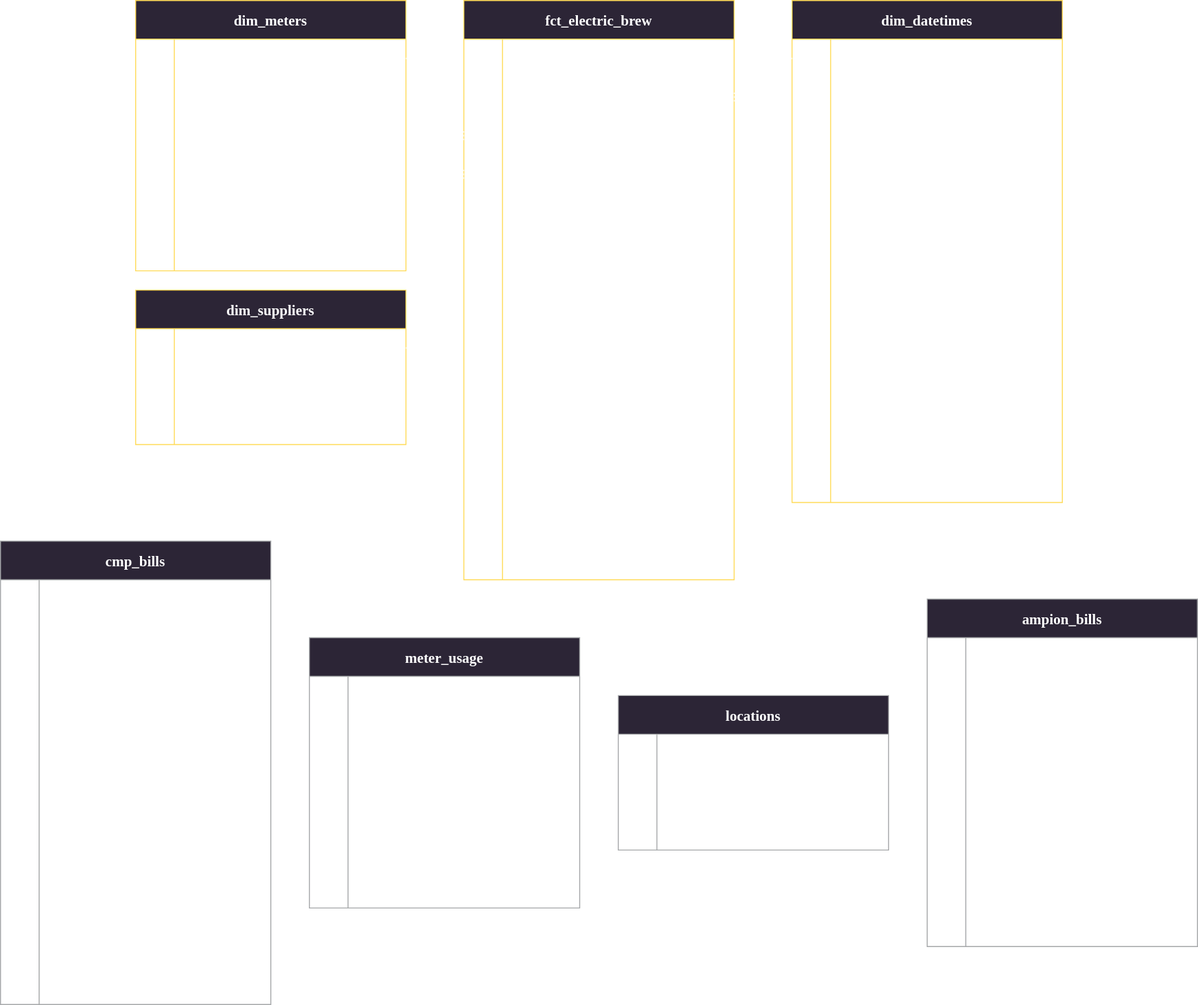
Earlier version of the draw.io export fig/lineage/erd.drawio.svg (jparkington/Electric-Brew). Source tidied: cells renumbered, new cells last; positions are measured from the earlier drawing's top-left corner, leaving out a move shared by most shapes.
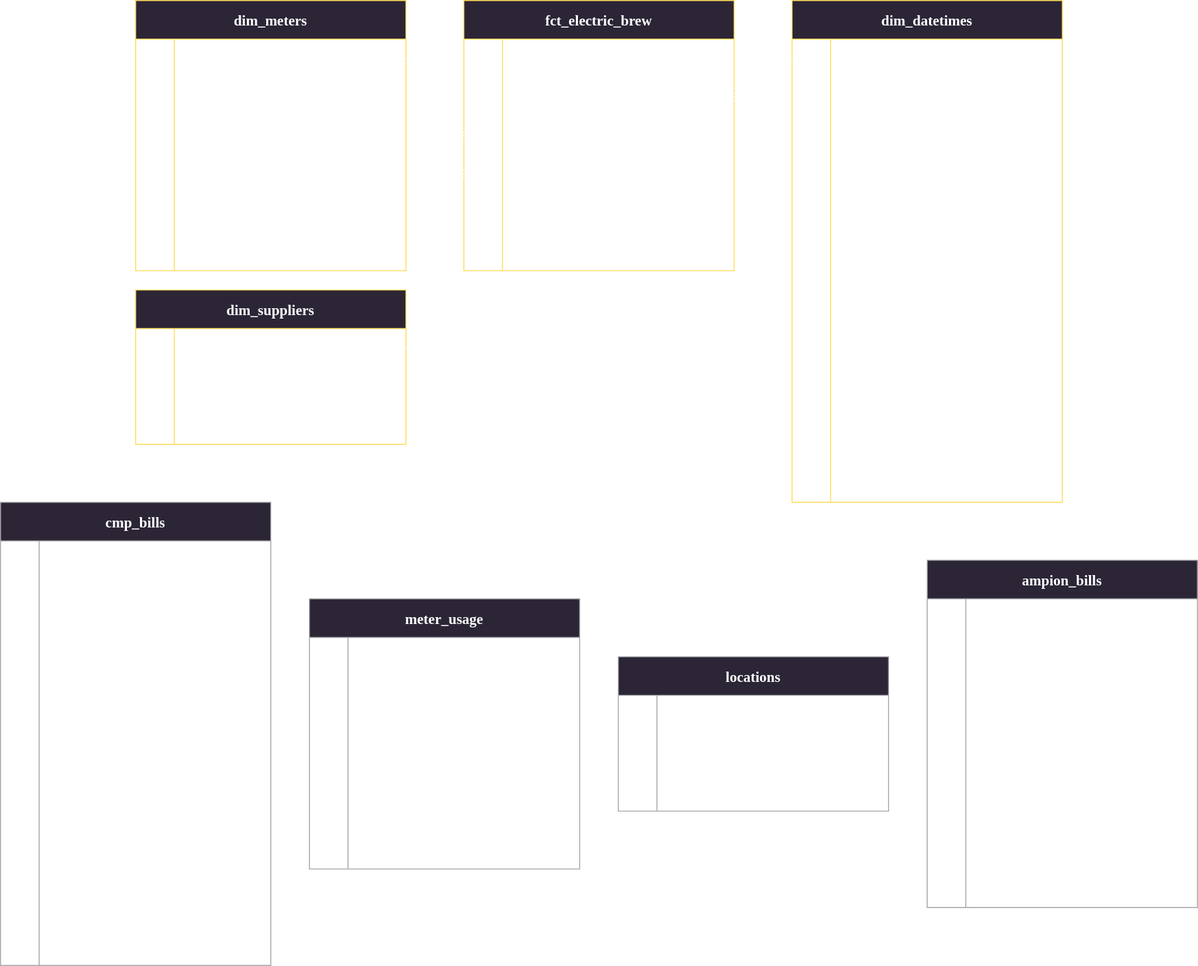
The same file after the commit.

The edit, as a diff of the source:
```diff
@@ -3,7 +3,7 @@
     <mxCell id="0" />
     <mxCell id="1" parent="0" />
     <mxCell id="2" value="meter_usage" style="shape=table;startSize=40;rowLines=0;fontStyle=1;align=center;fontFamily=Menlo;fillColor=#2C2536;fontSize=15;fontColor=#FFFFFF;strokeColor=#A5A7A9;" parent="1" vertex="1">
-      <mxGeometry x="320" y="660" width="280" height="280" as="geometry" />
+      <mxGeometry x="320" y="620" width="280" height="280" as="geometry" />
     </mxCell>
     <mxCell id="3" style="shape=tableRow;horizontal=0;startSize=0;swimlaneHead=0;swimlaneBody=0;fillColor=none;top=0;left=0;right=0;bottom=0;fontFamily=Menlo;fontStyle=0;fontColor=#FFFFFF;strokeColor=#FFFFFF;" parent="2" vertex="1">
       <mxGeometry y="40" width="280" height="40" as="geometry" />
@@ -60,7 +60,7 @@
       <mxGeometry x="40" width="240" height="40" as="geometry" />
     </mxCell>
     <mxCell id="21" value="fct_electric_brew" style="shape=table;startSize=40;rowLines=0;fontStyle=1;align=center;fontFamily=Menlo;fillColor=#2C2536;fontSize=15;fontColor=#FFFFFF;strokeColor=#FFDB58;" parent="1" vertex="1">
-      <mxGeometry x="480" width="280" height="600" as="geometry" />
+      <mxGeometry x="480" width="280" height="280" as="geometry" />
     </mxCell>
     <mxCell id="22" style="shape=tableRow;horizontal=0;startSize=0;swimlaneHead=0;swimlaneBody=0;fillColor=none;top=0;left=0;right=0;bottom=0;fontFamily=Menlo;fontStyle=0;fontColor=#FFFFFF;strokeColor=#FFFFFF;" parent="21" vertex="1">
       <mxGeometry y="40" width="280" height="40" as="geometry" />
@@ -113,81 +113,9 @@
     <mxCell id="38" style="shape=partialRectangle;overflow=hidden;fillColor=none;top=0;left=0;bottom=0;right=0;fontFamily=Menlo;fontStyle=1;fontColor=#FFFFFF;strokeColor=#FFFFFF;" parent="37" vertex="1">
       <mxGeometry width="40" height="40" as="geometry" />
     </mxCell>
-    <mxCell id="39" value="service_charge FLOAT" style="shape=partialRectangle;overflow=hidden;fillColor=none;align=left;top=0;left=0;bottom=0;right=0;spacingLeft=12;spacingTop=0;fontFamily=Menlo;fontStyle=0;fontColor=#FFFFFF;strokeColor=#FFFFFF;" parent="37" vertex="1">
+    <mxCell id="39" value="cost FLOAT" style="shape=partialRectangle;overflow=hidden;fillColor=none;align=left;top=0;left=0;bottom=0;right=0;spacingLeft=12;spacingTop=0;fontFamily=Menlo;fontStyle=0;fontColor=#FFFFFF;strokeColor=#FFFFFF;" parent="37" vertex="1">
       <mxGeometry x="40" width="240" height="40" as="geometry" />
     </mxCell>
-    <mxCell id="40" style="shape=tableRow;horizontal=0;startSize=0;swimlaneHead=0;swimlaneBody=0;fillColor=none;top=0;left=0;right=0;bottom=0;fontFamily=Menlo;fontStyle=0;fontColor=#FFFFFF;strokeColor=#FFFFFF;" parent="21" vertex="1">
-      <mxGeometry y="280" width="280" height="40" as="geometry" />
-    </mxCell>
-    <mxCell id="41" style="shape=partialRectangle;overflow=hidden;fillColor=none;top=0;left=0;bottom=0;right=0;fontFamily=Menlo;fontStyle=1;fontColor=#FFFFFF;strokeColor=#FFFFFF;" parent="40" vertex="1">
-      <mxGeometry width="40" height="40" as="geometry" />
-    </mxCell>
-    <mxCell id="42" value="account_number VARCHAR" style="shape=partialRectangle;overflow=hidden;fillColor=none;align=left;top=0;left=0;bottom=0;right=0;spacingLeft=12;spacingTop=0;fontFamily=Menlo;fontStyle=0;fontColor=#FFFFFF;strokeColor=#FFFFFF;" parent="40" vertex="1">
-      <mxGeometry x="40" width="240" height="40" as="geometry" />
-    </mxCell>
-    <mxCell id="43" style="shape=tableRow;horizontal=0;startSize=0;swimlaneHead=0;swimlaneBody=0;fillColor=none;top=0;left=0;right=0;bottom=0;fontFamily=Menlo;fontStyle=0;fontColor=#FFFFFF;strokeColor=#FFFFFF;" parent="21" vertex="1">
-      <mxGeometry y="320" width="280" height="40" as="geometry" />
-    </mxCell>
-    <mxCell id="44" style="shape=partialRectangle;overflow=hidden;fillColor=none;top=0;left=0;bottom=0;right=0;fontFamily=Menlo;fontStyle=1;fontColor=#FFFFFF;strokeColor=#FFFFFF;" parent="43" vertex="1">
-      <mxGeometry width="40" height="40" as="geometry" />
-    </mxCell>
-    <mxCell id="45" value="delivery_rate FLOAT" style="shape=partialRectangle;overflow=hidden;fillColor=none;align=left;top=0;left=0;bottom=0;right=0;spacingLeft=12;spacingTop=0;fontFamily=Menlo;fontStyle=0;fontColor=#FFFFFF;strokeColor=#FFFFFF;" parent="43" vertex="1">
-      <mxGeometry x="40" width="240" height="40" as="geometry" />
-    </mxCell>
-    <mxCell id="46" style="shape=tableRow;horizontal=0;startSize=0;swimlaneHead=0;swimlaneBody=0;fillColor=none;top=0;left=0;right=0;bottom=0;fontFamily=Menlo;fontStyle=0;fontColor=#FFFFFF;strokeColor=#FFFFFF;" parent="21" vertex="1">
-      <mxGeometry y="360" width="280" height="40" as="geometry" />
-    </mxCell>
-    <mxCell id="47" style="shape=partialRectangle;overflow=hidden;fillColor=none;top=0;left=0;bottom=0;right=0;fontFamily=Menlo;fontStyle=1;fontColor=#FFFFFF;strokeColor=#FFFFFF;" parent="46" vertex="1">
-      <mxGeometry width="40" height="40" as="geometry" />
-    </mxCell>
-    <mxCell id="48" value="supply_rate FLOAT" style="shape=partialRectangle;overflow=hidden;fillColor=none;align=left;top=0;left=0;bottom=0;right=0;spacingLeft=12;spacingTop=0;fontFamily=Menlo;fontStyle=0;fontColor=#FFFFFF;strokeColor=#FFFFFF;" parent="46" vertex="1">
-      <mxGeometry x="40" width="240" height="40" as="geometry" />
-    </mxCell>
-    <mxCell id="49" style="shape=tableRow;horizontal=0;startSize=0;swimlaneHead=0;swimlaneBody=0;fillColor=none;top=0;left=0;right=0;bottom=0;fontFamily=Menlo;fontStyle=0;fontColor=#FFFFFF;strokeColor=#FFFFFF;" parent="21" vertex="1">
-      <mxGeometry y="400" width="280" height="40" as="geometry" />
-    </mxCell>
-    <mxCell id="50" style="shape=partialRectangle;overflow=hidden;fillColor=none;top=0;left=0;bottom=0;right=0;fontFamily=Menlo;fontStyle=1;fontColor=#FFFFFF;strokeColor=#FFFFFF;" parent="49" vertex="1">
-      <mxGeometry width="40" height="40" as="geometry" />
-    </mxCell>
-    <mxCell id="51" value="allocated_service_charge FLOAT" style="shape=partialRectangle;overflow=hidden;fillColor=none;align=left;top=0;left=0;bottom=0;right=0;spacingLeft=12;spacingTop=0;fontFamily=Menlo;fontStyle=0;fontColor=#FFFFFF;strokeColor=#FFFFFF;" parent="49" vertex="1">
-      <mxGeometry x="40" width="240" height="40" as="geometry" />
-    </mxCell>
-    <mxCell id="52" style="shape=tableRow;horizontal=0;startSize=0;swimlaneHead=0;swimlaneBody=0;fillColor=none;top=0;left=0;right=0;bottom=0;fontFamily=Menlo;fontStyle=0;fontColor=#FFFFFF;strokeColor=#FFFFFF;" parent="21" vertex="1">
-      <mxGeometry y="440" width="280" height="40" as="geometry" />
-    </mxCell>
-    <mxCell id="53" style="shape=partialRectangle;overflow=hidden;fillColor=none;top=0;left=0;bottom=0;right=0;fontFamily=Menlo;fontStyle=1;fontColor=#FFFFFF;strokeColor=#FFFFFF;" parent="52" vertex="1">
-      <mxGeometry width="40" height="40" as="geometry" />
-    </mxCell>
-    <mxCell id="54" value="delivered_kwh_left FLOAT" style="shape=partialRectangle;overflow=hidden;fillColor=none;align=left;top=0;left=0;bottom=0;right=0;spacingLeft=12;spacingTop=0;fontFamily=Menlo;fontStyle=0;fontColor=#FFFFFF;strokeColor=#FFFFFF;" parent="52" vertex="1">
-      <mxGeometry x="40" width="240" height="40" as="geometry" />
-    </mxCell>
-    <mxCell id="55" style="shape=tableRow;horizontal=0;startSize=0;swimlaneHead=0;swimlaneBody=0;fillColor=none;top=0;left=0;right=0;bottom=0;fontFamily=Menlo;fontStyle=0;fontColor=#FFFFFF;strokeColor=#FFFFFF;" parent="21" vertex="1">
-      <mxGeometry y="480" width="280" height="40" as="geometry" />
-    </mxCell>
-    <mxCell id="56" style="shape=partialRectangle;overflow=hidden;fillColor=none;top=0;left=0;bottom=0;right=0;fontFamily=Menlo;fontStyle=1;fontColor=#FFFFFF;strokeColor=#FFFFFF;" parent="55" vertex="1">
-      <mxGeometry width="40" height="40" as="geometry" />
-    </mxCell>
-    <mxCell id="57" value="delivered_kwh_used FLOAT" style="shape=partialRectangle;overflow=hidden;fillColor=none;align=left;top=0;left=0;bottom=0;right=0;spacingLeft=12;spacingTop=0;fontFamily=Menlo;fontStyle=0;fontColor=#FFFFFF;strokeColor=#FFFFFF;" parent="55" vertex="1">
-      <mxGeometry x="40" width="240" height="40" as="geometry" />
-    </mxCell>
-    <mxCell id="58" style="shape=tableRow;horizontal=0;startSize=0;swimlaneHead=0;swimlaneBody=0;fillColor=none;top=0;left=0;right=0;bottom=0;fontFamily=Menlo;fontStyle=0;fontColor=#FFFFFF;strokeColor=#FFFFFF;" parent="21" vertex="1">
-      <mxGeometry y="520" width="280" height="40" as="geometry" />
-    </mxCell>
-    <mxCell id="59" style="shape=partialRectangle;overflow=hidden;fillColor=none;top=0;left=0;bottom=0;right=0;fontFamily=Menlo;fontStyle=1;fontColor=#FFFFFF;strokeColor=#FFFFFF;" parent="58" vertex="1">
-      <mxGeometry width="40" height="40" as="geometry" />
-    </mxCell>
-    <mxCell id="60" value="total_cost_of_delivery FLOAT" style="shape=partialRectangle;overflow=hidden;fillColor=none;align=left;top=0;left=0;bottom=0;right=0;spacingLeft=12;spacingTop=0;fontFamily=Menlo;fontStyle=0;fontColor=#FFFFFF;strokeColor=#FFFFFF;" parent="58" vertex="1">
-      <mxGeometry x="40" width="240" height="40" as="geometry" />
-    </mxCell>
-    <mxCell id="61" style="shape=tableRow;horizontal=0;startSize=0;swimlaneHead=0;swimlaneBody=0;fillColor=none;top=0;left=0;right=0;bottom=0;fontFamily=Menlo;fontStyle=0;fontColor=#FFFFFF;strokeColor=#FFFFFF;" parent="21" vertex="1">
-      <mxGeometry y="560" width="280" height="40" as="geometry" />
-    </mxCell>
-    <mxCell id="62" style="shape=partialRectangle;overflow=hidden;fillColor=none;top=0;left=0;bottom=0;right=0;fontFamily=Menlo;fontStyle=1;fontColor=#FFFFFF;strokeColor=#FFFFFF;" parent="61" vertex="1">
-      <mxGeometry width="40" height="40" as="geometry" />
-    </mxCell>
-    <mxCell id="63" value="account_number VARCHAR" style="shape=partialRectangle;overflow=hidden;fillColor=none;align=left;top=0;left=0;bottom=0;right=0;spacingLeft=12;spacingTop=0;fontFamily=Menlo;fontStyle=0;fontColor=#FFFFFF;strokeColor=#FFFFFF;" parent="61" vertex="1">
-      <mxGeometry x="40" width="240" height="40" as="geometry" />
-    </mxCell>
     <mxCell id="64" value="dim_suppliers" style="shape=table;startSize=40;rowLines=0;fontStyle=1;align=center;fontFamily=Menlo;fillColor=#2C2536;fontSize=15;fontColor=#FFFFFF;strokeColor=#FFDB58;" parent="1" vertex="1">
       <mxGeometry x="140" y="300" width="280" height="160" as="geometry" />
     </mxCell>
@@ -387,7 +315,7 @@
       <mxGeometry x="40" width="240" height="40" as="geometry" />
     </mxCell>
     <mxCell id="130" value="locations" style="shape=table;startSize=40;rowLines=0;fontStyle=1;align=center;fontFamily=Menlo;fillColor=#2C2536;fontSize=15;fontColor=#FFFFFF;strokeColor=#A5A7A9;" parent="1" vertex="1">
-      <mxGeometry x="640" y="720" width="280" height="160" as="geometry" />
+      <mxGeometry x="640" y="680" width="280" height="160" as="geometry" />
     </mxCell>
     <mxCell id="131" style="shape=tableRow;horizontal=0;startSize=0;swimlaneHead=0;swimlaneBody=0;fillColor=none;top=0;left=0;right=0;bottom=0;fontFamily=Menlo;fontStyle=0;fontColor=#FFFFFF;strokeColor=#FFFFFF;" parent="130" vertex="1">
       <mxGeometry y="40" width="280" height="40" as="geometry" />
@@ -417,7 +345,7 @@
       <mxGeometry x="40" width="240" height="40" as="geometry" />
     </mxCell>
     <mxCell id="140" value="cmp_bills" style="shape=table;startSize=40;rowLines=0;fontStyle=1;align=center;fontFamily=Menlo;fillColor=#2C2536;fontSize=15;fontColor=#FFFFFF;strokeColor=#A5A7A9;" parent="1" vertex="1">
-      <mxGeometry y="560" width="280" height="480" as="geometry" />
+      <mxGeometry y="520" width="280" height="480" as="geometry" />
     </mxCell>
     <mxCell id="141" style="shape=tableRow;horizontal=0;startSize=0;swimlaneHead=0;swimlaneBody=0;fillColor=none;top=0;left=0;right=0;bottom=0;fontFamily=Menlo;fontStyle=0;fontColor=#FFFFFF;strokeColor=#FFFFFF;" parent="140" vertex="1">
       <mxGeometry y="40" width="280" height="40" as="geometry" />
@@ -528,7 +456,7 @@
       <mxGeometry relative="1" as="geometry" />
     </mxCell>
     <mxCell id="177" value="ampion_bills" style="shape=table;startSize=40;rowLines=0;fontStyle=1;align=center;fontFamily=Menlo;fillColor=#2C2536;fontSize=15;fontColor=#FFFFFF;strokeColor=#A5A7A9;" parent="1" vertex="1">
-      <mxGeometry x="960" y="620" width="280" height="360" as="geometry" />
+      <mxGeometry x="960" y="580" width="280" height="360" as="geometry" />
     </mxCell>
     <mxCell id="178" style="shape=tableRow;horizontal=0;startSize=0;swimlaneHead=0;swimlaneBody=0;fillColor=none;top=0;left=0;right=0;bottom=0;fontFamily=Menlo;fontStyle=0;fontColor=#FFFFFF;strokeColor=#FFFFFF;" parent="177" vertex="1">
       <mxGeometry y="40" width="280" height="40" as="geometry" />
```
